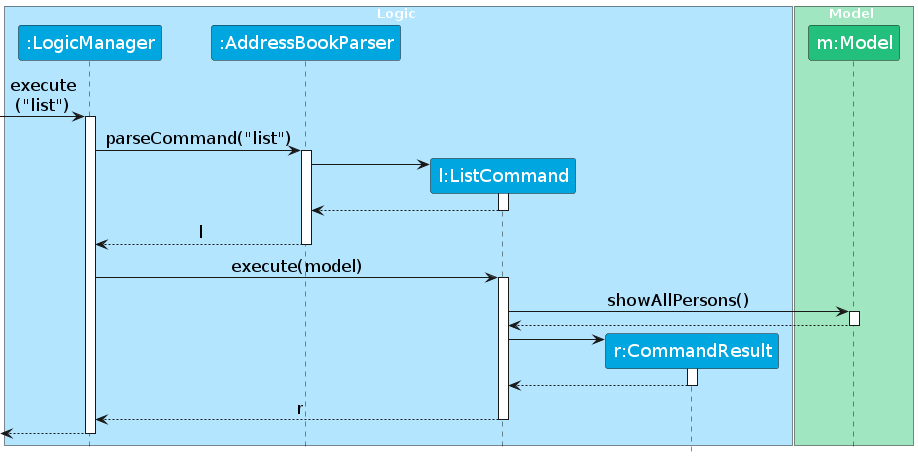
Before: diagrams/ListSequenceDiagram.png, a diagram exported from PlantUML (AY2526S2-CS2103T-T15-1/tp). Its source is kept beside it as diagrams/ListSequenceDiagram.puml.
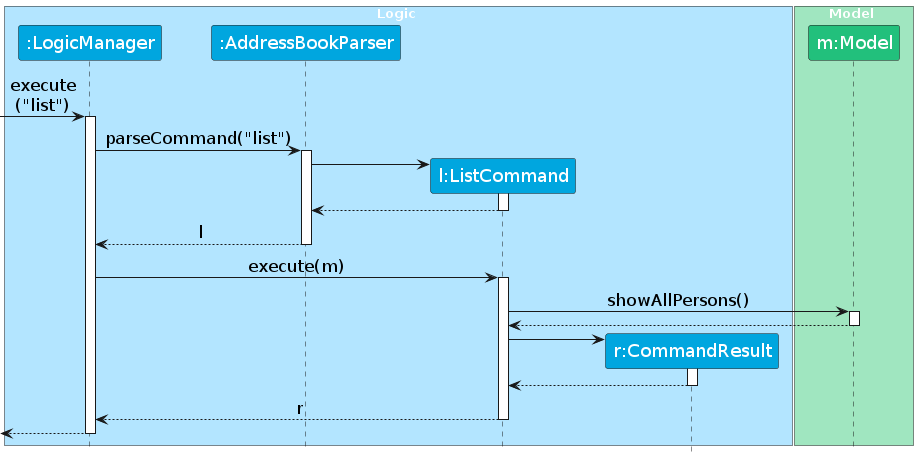
Later version of the same file.

Change to the diagram source:
```diff
@@ -33,7 +33,7 @@
 AddressBookParser --> LogicManager : l
 deactivate AddressBookParser
 
-LogicManager -> ListCommand : execute(model)
+LogicManager -> ListCommand : execute(m)
 activate ListCommand
 
 ListCommand -> Model : showAllPersons()
```
